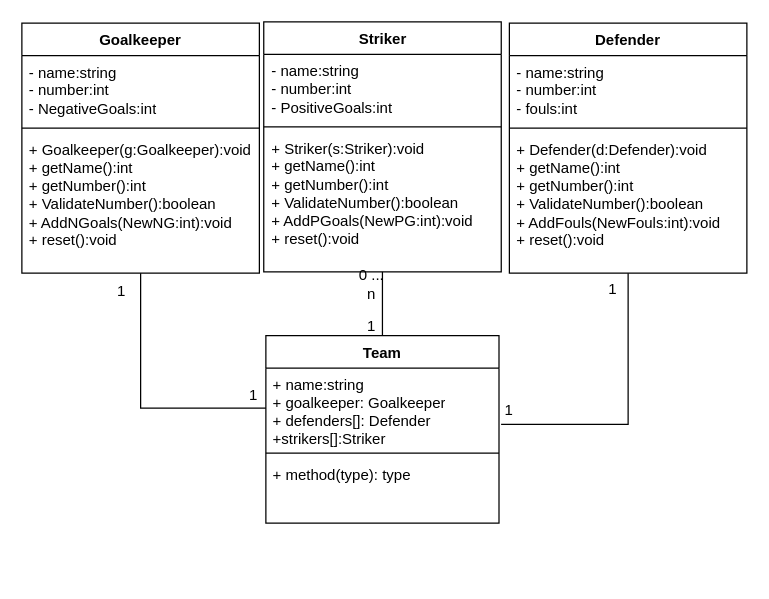
Earlier version of the draw.io diagram Diagrama sem nome.drawio (NarayaneRM/newmusic). Source tidied: cells renumbered, new cells numbered last; positions are measured from the earlier drawing's top-left corner, leaving out a move shared by most shapes. Both pictures are drawn from the tidied source at 125%, with x=0, y=0 at pixel (21, 21).
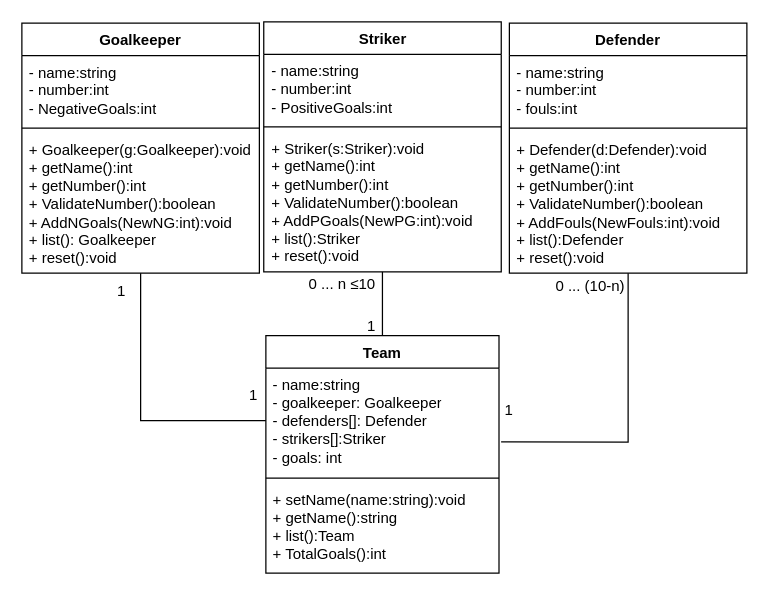
Above is the later version.

The change refers to these unchanged cells:
```xml
<mxCell id="3" value="Goalkeeper" style="swimlane;fontStyle=1;align=center;verticalAlign=top;horizontal=1;startSize=26;whiteSpace=wrap;html=1;" parent="1" vertex="1">
  <mxGeometry y="1" width="190" height="200" as="geometry" />
</mxCell>
<mxCell id="8" value="Striker" style="swimlane;fontStyle=1;align=center;verticalAlign=top;horizontal=1;startSize=26;whiteSpace=wrap;html=1;" parent="1" vertex="1">
  <mxGeometry x="193.5" width="190" height="200" as="geometry" />
</mxCell>
<mxCell id="13" value="Defender" style="swimlane;fontStyle=1;align=center;verticalAlign=top;horizontal=1;startSize=26;whiteSpace=wrap;html=1;" parent="1" vertex="1">
  <mxGeometry x="390" y="1" width="190" height="200" as="geometry" />
</mxCell>
```

Diff of the diagram source:
```diff
@@
-    <mxCell id="6" value="+ Goalkeeper(g:Goalkeeper):void&lt;br&gt;+ getName():int&lt;br style=&quot;border-color: var(--border-color);&quot;&gt;+ getNumber():int&lt;br&gt;+ ValidateNumber():boolean&lt;br&gt;+ AddNGoals(NewNG:int):void&lt;br&gt;+ reset():void" style="text;strokeColor=none;fillColor=none;align=left;verticalAlign=top;spacingLeft=4;spacingRight=4;overflow=hidden;whiteSpace=wrap;html=1;" parent="3" vertex="1">
+    <mxCell id="6" value="+ Goalkeeper(g:Goalkeeper):void&lt;br&gt;+ getName():int&lt;br style=&quot;border-color: var(--border-color);&quot;&gt;+ getNumber():int&lt;br&gt;+ ValidateNumber():boolean&lt;br&gt;+ AddNGoals(NewNG:int):void&lt;br&gt;+ list(): Goalkeeper&lt;br&gt;+ reset():void" style="text;strokeColor=none;fillColor=none;align=left;verticalAlign=top;spacingLeft=4;spacingRight=4;overflow=hidden;whiteSpace=wrap;html=1;" parent="3" vertex="1">
       <mxGeometry y="88" width="190" height="112" as="geometry" />
     </mxCell>
@@
-    <mxCell id="11" value="+ Striker(s:Striker):void&lt;br style=&quot;border-color: var(--border-color);&quot;&gt;+ getName():int&lt;br style=&quot;border-color: var(--border-color);&quot;&gt;+ getNumber():int&lt;br style=&quot;border-color: var(--border-color);&quot;&gt;+ ValidateNumber():boolean&lt;br&gt;+ AddPGoals(NewPG:int):void&lt;br&gt;+ reset():void" style="text;strokeColor=none;fillColor=none;align=left;verticalAlign=top;spacingLeft=4;spacingRight=4;overflow=hidden;whiteSpace=wrap;html=1;" parent="8" vertex="1">
+    <mxCell id="11" value="+ Striker(s:Striker):void&lt;br style=&quot;border-color: var(--border-color);&quot;&gt;+ getName():int&lt;br style=&quot;border-color: var(--border-color);&quot;&gt;+ getNumber():int&lt;br style=&quot;border-color: var(--border-color);&quot;&gt;+ ValidateNumber():boolean&lt;br&gt;+ AddPGoals(NewPG:int):void&lt;br&gt;+ list():Striker&lt;br&gt;+ reset():void&lt;br&gt;" style="text;strokeColor=none;fillColor=none;align=left;verticalAlign=top;spacingLeft=4;spacingRight=4;overflow=hidden;whiteSpace=wrap;html=1;" parent="8" vertex="1">
       <mxGeometry y="88" width="190" height="112" as="geometry" />
     </mxCell>
@@
-    <mxCell id="16" value="+ Defender(d:Defender):void&lt;br style=&quot;border-color: var(--border-color);&quot;&gt;+ getName():int&lt;br style=&quot;border-color: var(--border-color);&quot;&gt;+ getNumber():int&lt;br style=&quot;border-color: var(--border-color);&quot;&gt;+ ValidateNumber():boolean&lt;br&gt;+ AddFouls(NewFouls:int):void&lt;br&gt;+ reset():void" style="text;strokeColor=none;fillColor=none;align=left;verticalAlign=top;spacingLeft=4;spacingRight=4;overflow=hidden;whiteSpace=wrap;html=1;" parent="13" vertex="1">
+    <mxCell id="16" value="+ Defender(d:Defender):void&lt;br style=&quot;border-color: var(--border-color);&quot;&gt;+ getName():int&lt;br style=&quot;border-color: var(--border-color);&quot;&gt;+ getNumber():int&lt;br style=&quot;border-color: var(--border-color);&quot;&gt;+ ValidateNumber():boolean&lt;br&gt;+ AddFouls(NewFouls:int):void&lt;br&gt;+ list():Defender&lt;br&gt;+ reset():void" style="text;strokeColor=none;fillColor=none;align=left;verticalAlign=top;spacingLeft=4;spacingRight=4;overflow=hidden;whiteSpace=wrap;html=1;" parent="13" vertex="1">
       <mxGeometry y="88" width="190" height="112" as="geometry" />
     </mxCell>
     <mxCell id="17" value="Team" style="swimlane;fontStyle=1;align=center;verticalAlign=top;horizontal=1;startSize=26;whiteSpace=wrap;html=1;" parent="1" vertex="1">
-      <mxGeometry x="195.2" y="251" width="186.5" height="150" as="geometry" />
+      <mxGeometry x="195.2" y="251" width="186.5" height="190" as="geometry" />
     </mxCell>
-    <mxCell id="18" value="+ name:string&lt;br&gt;+ goalkeeper: Goalkeeper&lt;br&gt;+ defenders[]: Defender&lt;br&gt;+strikers[]:Striker" style="text;strokeColor=none;fillColor=none;align=left;verticalAlign=top;spacingLeft=4;spacingRight=4;overflow=hidden;points=[[0,0.5],[1,0.5]];portConstraint=eastwest;whiteSpace=wrap;html=1;" parent="17" vertex="1">
-      <mxGeometry y="26" width="186.5" height="64" as="geometry" />
+    <mxCell id="18" value="- name:string&lt;br&gt;- goalkeeper: Goalkeeper&lt;br&gt;- defenders[]: Defender&lt;br&gt;- strikers[]:Striker&lt;br&gt;- goals: int" style="text;strokeColor=none;fillColor=none;align=left;verticalAlign=top;spacingLeft=4;spacingRight=4;overflow=hidden;points=[[0,0.5],[1,0.5]];portConstraint=eastwest;whiteSpace=wrap;html=1;" parent="17" vertex="1">
+      <mxGeometry y="26" width="186.5" height="84" as="geometry" />
     </mxCell>
     <mxCell id="19" style="line;strokeWidth=1;fillColor=none;align=left;verticalAlign=middle;spacingTop=-1;spacingLeft=3;spacingRight=3;labelPosition=right;strokeColor=inherit;" parent="17" vertex="1">
-      <mxGeometry y="90" width="186.5" height="8" as="geometry" />
+      <mxGeometry y="110" width="186.5" height="8" as="geometry" />
     </mxCell>
-    <mxCell id="20" value="+ method(type): type" style="text;strokeColor=none;fillColor=none;align=left;verticalAlign=top;spacingLeft=4;spacingRight=4;overflow=hidden;whiteSpace=wrap;html=1;" parent="17" vertex="1">
-      <mxGeometry y="98" width="186.5" height="52" as="geometry" />
+    <mxCell id="20" value="+ setName(name:string):void&lt;br&gt;+ getName():string&lt;br&gt;+ list():Team&lt;br&gt;+ TotalGoals():int" style="text;strokeColor=none;fillColor=none;align=left;verticalAlign=top;spacingLeft=4;spacingRight=4;overflow=hidden;whiteSpace=wrap;html=1;" parent="17" vertex="1">
+      <mxGeometry y="118" width="186.5" height="72" as="geometry" />
     </mxCell>
@@
-    <mxCell id="25" value="1" style="text;html=1;strokeColor=none;fillColor=none;align=center;verticalAlign=middle;whiteSpace=wrap;rounded=0;" parent="1" vertex="1">
-      <mxGeometry x="460" y="199" width="26" height="30" as="geometry" />
+    <mxCell id="25" value="0 ... (10-n)" style="text;html=1;strokeColor=none;fillColor=none;align=center;verticalAlign=middle;whiteSpace=wrap;rounded=0;" parent="1" vertex="1">
+      <mxGeometry x="417" y="197" width="76" height="30" as="geometry" />
     </mxCell>
-    <mxCell id="26" value="0 ... n" style="text;html=1;strokeColor=none;fillColor=none;align=center;verticalAlign=middle;whiteSpace=wrap;rounded=0;" parent="1" vertex="1">
-      <mxGeometry x="267" y="195" width="26" height="30" as="geometry" />
+    <mxCell id="26" value="0 ... n&amp;nbsp;≤10" style="text;html=1;strokeColor=none;fillColor=none;align=center;verticalAlign=middle;whiteSpace=wrap;rounded=0;" parent="1" vertex="1">
+      <mxGeometry x="220" y="195" width="73" height="30" as="geometry" />
     </mxCell>
```
